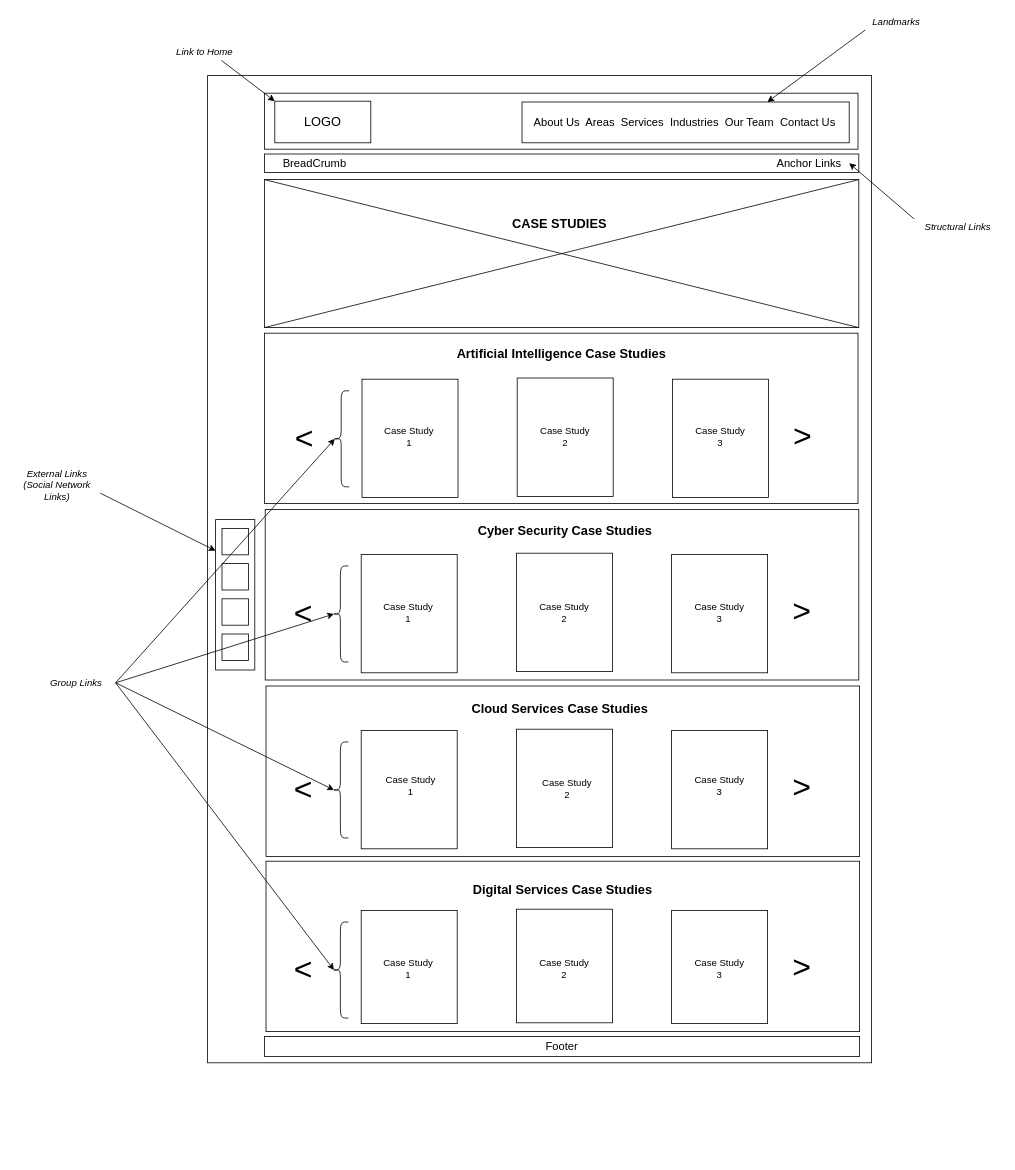
This is Design Documents/Wireframes/AllCaseStudies.drawio from manzomanze/HypermediaApplicationsProject-Manzella-Messuti-Pelagatti-Pellizzer, a draw.io file, before an edit. Source tidied: cells renumbered, new cells numbered last; positions are measured from the earlier drawing's top-left corner, leaving out a move shared by most shapes. Both pictures are drawn from the tidied source at 80%, with x=0, y=0 at pixel (14, 14).
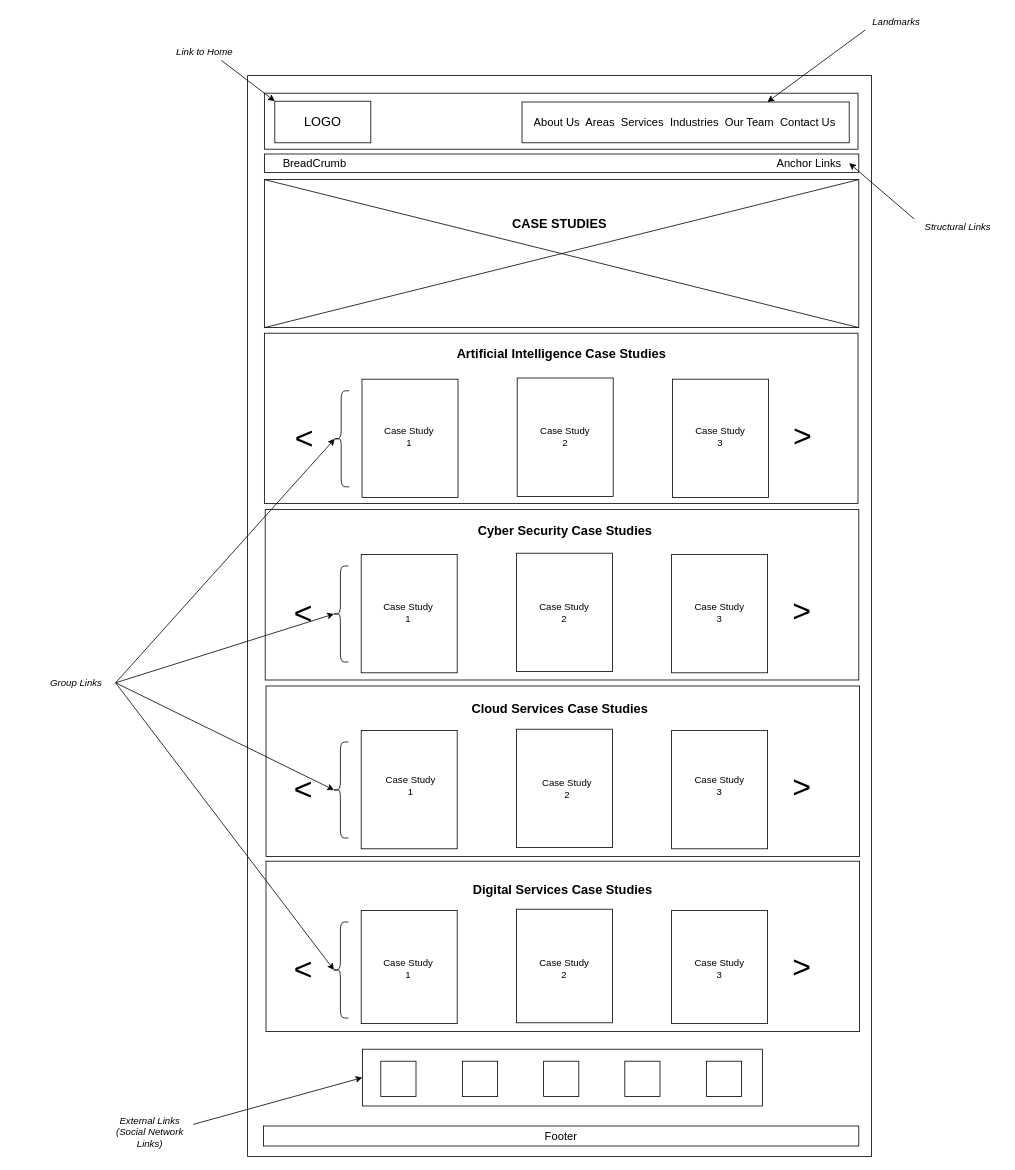
After the change.

Change to the diagram source:
```diff
@@
     <mxCell id="2" style="rounded=0;whiteSpace=wrap;html=1;fillColor=none;" parent="1" vertex="1">
-      <mxGeometry x="242" y="77" width="830" height="1234" as="geometry" />
+      <mxGeometry x="292" y="77" width="780" height="1351" as="geometry" />
     </mxCell>
@@
     <mxCell id="24" value="&lt;font style=&quot;font-size: 14px&quot;&gt;Footer&lt;/font&gt;" style="rounded=0;whiteSpace=wrap;html=1;strokeColor=#000000;fillColor=none;" parent="1" vertex="1">
-      <mxGeometry x="313" y="1278" width="744" height="25" as="geometry" />
+      <mxGeometry x="312" y="1390" width="744" height="25" as="geometry" />
     </mxCell>
-    <mxCell id="25" style="rounded=0;whiteSpace=wrap;html=1;strokeColor=#000000;fillColor=none;" parent="1" vertex="1">
-      <mxGeometry x="252" y="632" width="49" height="188" as="geometry" />
-    </mxCell>
-    <mxCell id="26" style="whiteSpace=wrap;html=1;strokeColor=#000000;fillColor=none;" parent="1" vertex="1">
-      <mxGeometry x="260" y="643" width="33" height="33" as="geometry" />
-    </mxCell>
-    <mxCell id="27" style="whiteSpace=wrap;html=1;strokeColor=#000000;fillColor=none;" parent="1" vertex="1">
-      <mxGeometry x="260" y="687" width="33" height="33" as="geometry" />
-    </mxCell>
-    <mxCell id="28" style="whiteSpace=wrap;html=1;strokeColor=#000000;fillColor=none;" parent="1" vertex="1">
-      <mxGeometry x="260" y="731" width="33" height="33" as="geometry" />
-    </mxCell>
-    <mxCell id="29" style="whiteSpace=wrap;html=1;strokeColor=#000000;fillColor=none;" parent="1" vertex="1">
-      <mxGeometry x="260" y="775" width="33" height="33" as="geometry" />
-    </mxCell>
-    <mxCell id="30" value="&lt;i&gt;External Links (Social Network Links)&lt;/i&gt;" style="text;html=1;strokeColor=none;fillColor=none;align=center;verticalAlign=middle;whiteSpace=wrap;rounded=0;" parent="1" vertex="1">
-      <mxGeometry y="579" width="108" height="20" as="geometry" />
-    </mxCell>
-    <mxCell id="31" style="endArrow=classic;html=1;entryX=0;entryY=0.207;entryDx=0;entryDy=0;entryPerimeter=0;exitX=1;exitY=1;exitDx=0;exitDy=0;" parent="1" edge="1" source="30" target="25">
-      <mxGeometry relative="1" as="geometry" />
-    </mxCell>
@@
+    <mxCell id="30" value="&lt;i&gt;External Links (Social Network Links)&lt;/i&gt;" style="text;html=1;strokeColor=none;fillColor=none;align=center;verticalAlign=middle;whiteSpace=wrap;rounded=0;" parent="1" vertex="1">
+      <mxGeometry x="116" y="1388" width="108" height="20" as="geometry" />
+    </mxCell>
+    <mxCell id="77" style="whiteSpace=wrap;html=1;" parent="1" vertex="1">
+      <mxGeometry x="458.5" y="1309" width="44" height="44" as="geometry" />
+    </mxCell>
+    <mxCell id="78" style="whiteSpace=wrap;html=1;" parent="1" vertex="1">
+      <mxGeometry x="662" y="1309" width="44" height="44" as="geometry" />
+    </mxCell>
+    <mxCell id="79" style="whiteSpace=wrap;html=1;" parent="1" vertex="1">
+      <mxGeometry x="763.5" y="1309" width="44" height="44" as="geometry" />
+    </mxCell>
+    <mxCell id="80" style="whiteSpace=wrap;html=1;" parent="1" vertex="1">
+      <mxGeometry x="560.5" y="1309" width="44" height="44" as="geometry" />
+    </mxCell>
+    <mxCell id="81" style="whiteSpace=wrap;html=1;" parent="1" vertex="1">
+      <mxGeometry x="865.5" y="1309" width="44" height="44" as="geometry" />
+    </mxCell>
+    <mxCell id="82" style="rounded=0;whiteSpace=wrap;html=1;fillColor=none;" parent="1" vertex="1">
+      <mxGeometry x="435.5" y="1294" width="500" height="71" as="geometry" />
+    </mxCell>
+    <mxCell id="83" style="endArrow=classic;html=1;exitX=1;exitY=0;exitDx=0;exitDy=0;entryX=0;entryY=0.5;entryDx=0;entryDy=0;" parent="1" edge="1" source="30" target="82">
+      <mxGeometry relative="1" as="geometry" />
+    </mxCell>
```
